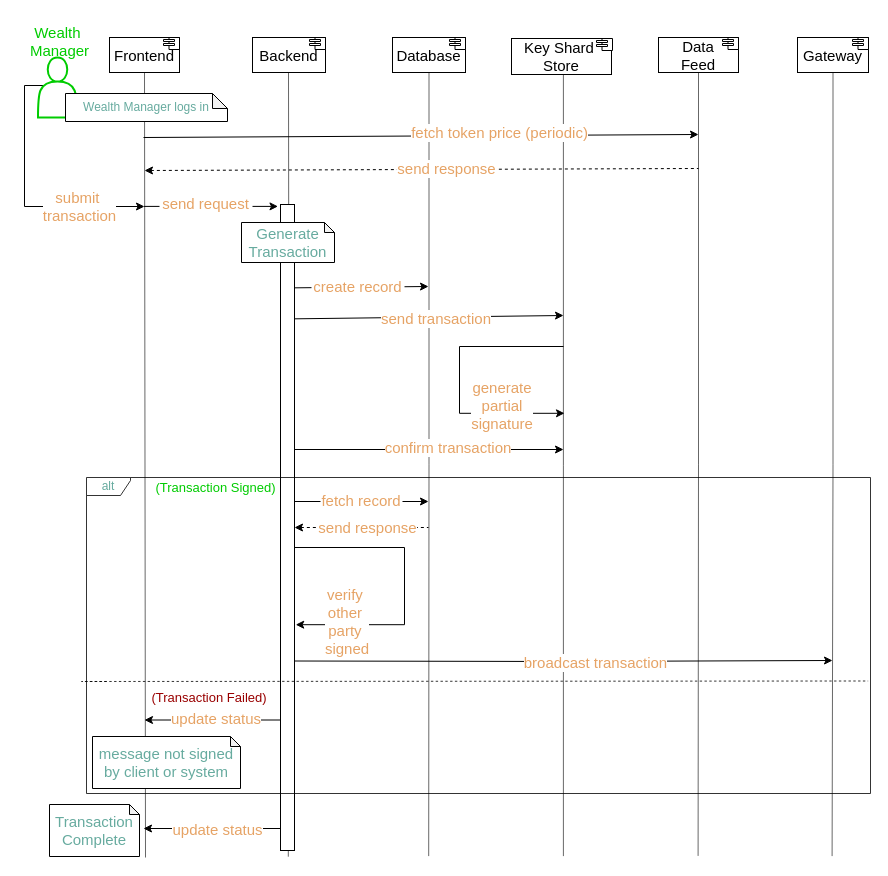
Before: page "txn" (1 of 13) of drawio-diagrams/wallet_architecture.drawio in dlt-science/crypto-mpc-wallet-bloom, a draw.io diagram. Source tidied: cells renumbered, new cells numbered last; positions are measured from the earlier drawing's top-left corner, leaving out a move shared by most shapes. Both pictures are drawn from the tidied source at 100%, with x=0, y=0 at pixel (20, 17).
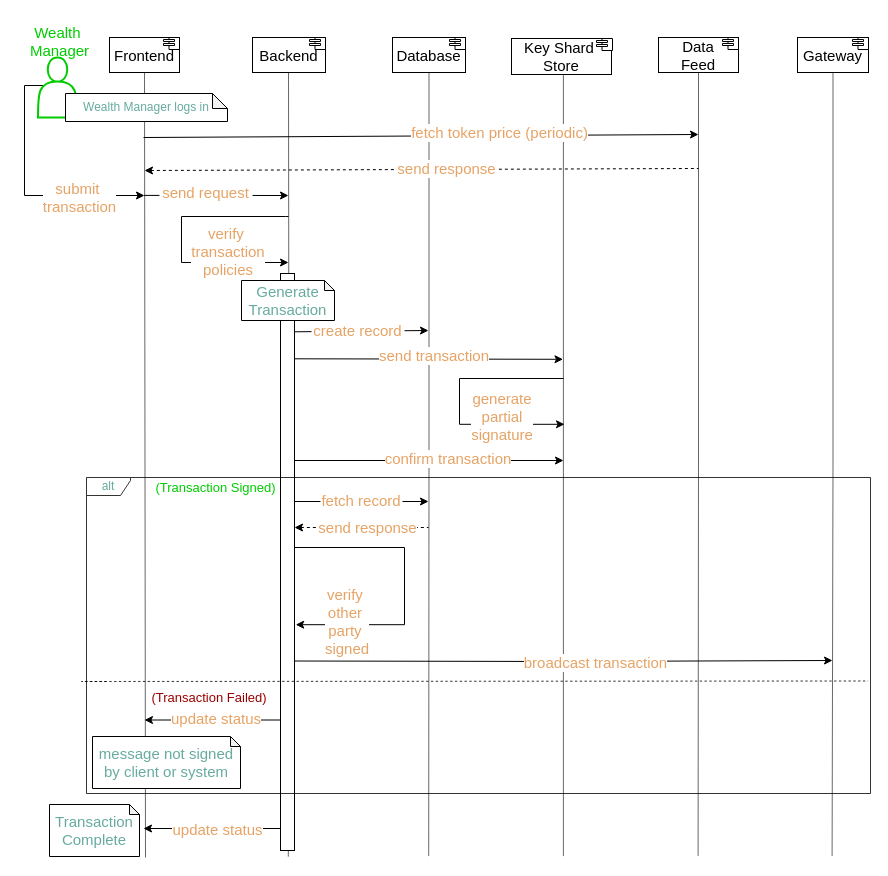
The same diagram, later.

What changed in the source:
```diff
@@
     <mxCell id="17" style="edgeStyle=orthogonalEdgeStyle;rounded=0;orthogonalLoop=1;jettySize=auto;html=1;strokeColor=#000000;" parent="1" edge="1">
       <mxGeometry relative="1" as="geometry">
         <mxPoint x="37" y="68" as="sourcePoint" />
-        <mxPoint x="124" y="189" as="targetPoint" />
+        <mxPoint x="124" y="178" as="targetPoint" />
         <Array as="points">
           <mxPoint x="4" y="68" />
-          <mxPoint x="4" y="189" />
+          <mxPoint x="4" y="178" />
+          <mxPoint x="124" y="178" />
         </Array>
       </mxGeometry>
     </mxCell>
@@
     <mxCell id="20" style="rounded=0;whiteSpace=wrap;html=1;" parent="1" vertex="1">
-      <mxGeometry x="260" y="187" width="14" height="646" as="geometry" />
+      <mxGeometry x="260" y="256" width="14" height="577" as="geometry" />
     </mxCell>
     <mxCell id="21" value="&lt;font color=&quot;#67ab9f&quot; style=&quot;font-size: 15px;&quot;&gt;Generate&lt;/font&gt;&lt;div style=&quot;font-size: 15px;&quot;&gt;&lt;font color=&quot;#67ab9f&quot; style=&quot;font-size: 15px;&quot;&gt;Transaction&lt;/font&gt;&lt;/div&gt;" style="shape=note;whiteSpace=wrap;html=1;backgroundOutline=1;darkOpacity=0.05;size=10;" parent="1" vertex="1">
-      <mxGeometry x="221" y="205" width="93" height="40" as="geometry" />
+      <mxGeometry x="221" y="263" width="93" height="40" as="geometry" />
     </mxCell>
     <mxCell id="22" value="&lt;font color=&quot;#e6a365&quot;&gt;&lt;font style=&quot;font-size: 15px;&quot;&gt;submit&amp;nbsp;&lt;/font&gt;&lt;/font&gt;&lt;div&gt;&lt;font color=&quot;#e6a365&quot;&gt;&lt;font style=&quot;font-size: 15px;&quot;&gt;transaction&lt;/font&gt;&lt;/font&gt;&lt;/div&gt;" style="text;html=1;align=center;verticalAlign=middle;strokeColor=none;fillColor=none;labelBackgroundColor=default;" parent="1" vertex="1">
-      <mxGeometry x="13" y="165" width="91" height="48" as="geometry" />
+      <mxGeometry x="13" y="156" width="91" height="48" as="geometry" />
     </mxCell>
-    <mxCell id="23" style="endArrow=classic;html=1;rounded=0;exitX=1.023;exitY=0.129;exitDx=0;exitDy=0;exitPerimeter=0;strokeColor=#000000;" parent="1" edge="1" source="20">
+    <mxCell id="23" style="endArrow=classic;html=1;rounded=0;exitX=1.023;exitY=0.129;exitDx=0;exitDy=0;exitPerimeter=0;strokeColor=#000000;" parent="1" edge="1">
       <mxGeometry relative="1" as="geometry">
-        <mxPoint x="408" y="269" as="targetPoint" />
+        <mxPoint x="274.3" y="314.3" as="sourcePoint" />
+        <mxPoint x="408" y="313" as="targetPoint" />
       </mxGeometry>
     </mxCell>
-    <mxCell id="24" style="endArrow=classic;html=1;rounded=0;exitX=0.977;exitY=0.177;exitDx=0;exitDy=0;exitPerimeter=0;strokeColor=#000000;" parent="1" edge="1" source="20">
+    <mxCell id="24" style="endArrow=classic;html=1;rounded=0;exitX=0.977;exitY=0.177;exitDx=0;exitDy=0;exitPerimeter=0;strokeColor=#000000;entryX=0.998;entryY=-0.003;entryDx=0;entryDy=0;entryPerimeter=0;" parent="1" edge="1">
       <mxGeometry relative="1" as="geometry">
-        <mxPoint x="543" y="298" as="targetPoint" />
+        <mxPoint x="273.7" y="341.3" as="sourcePoint" />
+        <mxPoint x="542.5" y="341.8" as="targetPoint" />
       </mxGeometry>
     </mxCell>
     <mxCell id="25" value="&lt;font color=&quot;#e6a365&quot; style=&quot;font-size: 15px;&quot;&gt;send transaction&lt;/font&gt;" style="text;html=1;align=center;verticalAlign=middle;whiteSpace=wrap;rounded=0;labelBackgroundColor=default;" parent="1" vertex="1">
-      <mxGeometry x="356" y="286" width="120" height="30" as="geometry" />
+      <mxGeometry x="354" y="323" width="120" height="30" as="geometry" />
     </mxCell>
     <mxCell id="26" style="edgeStyle=orthogonalEdgeStyle;rounded=0;orthogonalLoop=1;jettySize=auto;html=1;entryX=0.008;entryY=0.857;entryDx=0;entryDy=0;entryPerimeter=0;strokeColor=#000000;" parent="1" edge="1">
       <mxGeometry relative="1" as="geometry">
-        <mxPoint x="543" y="329" as="sourcePoint" />
-        <mxPoint x="544" y="395.8" as="targetPoint" />
+        <mxPoint x="543" y="361" as="sourcePoint" />
+        <mxPoint x="544" y="406.8" as="targetPoint" />
         <Array as="points">
-          <mxPoint x="439" y="329" />
-          <mxPoint x="439" y="396" />
+          <mxPoint x="543" y="361" />
+          <mxPoint x="439" y="361" />
+          <mxPoint x="439" y="407" />
         </Array>
       </mxGeometry>
     </mxCell>
     <mxCell id="27" value="&lt;font color=&quot;#e6a365&quot; style=&quot;font-size: 15px;&quot;&gt;generate&lt;/font&gt;&lt;div style=&quot;font-size: 15px;&quot;&gt;&lt;font color=&quot;#e6a365&quot; style=&quot;font-size: 15px;&quot;&gt;partial&lt;/font&gt;&lt;/div&gt;&lt;div style=&quot;font-size: 15px;&quot;&gt;&lt;font color=&quot;#e6a365&quot; style=&quot;font-size: 15px;&quot;&gt;signature&lt;/font&gt;&lt;/div&gt;" style="text;html=1;align=center;verticalAlign=middle;whiteSpace=wrap;rounded=0;labelBackgroundColor=default;" parent="1" vertex="1">
-      <mxGeometry x="429" y="373" width="106" height="30" as="geometry" />
+      <mxGeometry x="429" y="384" width="106" height="30" as="geometry" />
     </mxCell>
@@
     <mxCell id="43" style="edgeStyle=orthogonalEdgeStyle;rounded=0;orthogonalLoop=1;jettySize=auto;html=1;strokeColor=#000000;" parent="1" edge="1">
       <mxGeometry relative="1" as="geometry">
-        <mxPoint x="275" y="432" as="sourcePoint" />
-        <mxPoint x="543" y="432" as="targetPoint" />
+        <mxPoint x="275" y="443" as="sourcePoint" />
+        <mxPoint x="543" y="443" as="targetPoint" />
         <Array as="points">
-          <mxPoint x="274" y="432" />
+          <mxPoint x="274" y="443" />
         </Array>
       </mxGeometry>
     </mxCell>
     <mxCell id="44" value="&lt;font color=&quot;#e6a365&quot; style=&quot;font-size: 15px;&quot;&gt;confirm transaction&lt;/font&gt;" style="text;html=1;align=center;verticalAlign=middle;whiteSpace=wrap;rounded=0;labelBackgroundColor=default;" parent="1" vertex="1">
-      <mxGeometry x="354" y="415" width="148" height="30" as="geometry" />
+      <mxGeometry x="354" y="426" width="148" height="30" as="geometry" />
     </mxCell>
@@
     <mxCell id="54" value="&lt;span style=&quot;color: rgb(230, 163, 101); font-size: 15px;&quot;&gt;create record&lt;/span&gt;" style="rounded=0;whiteSpace=wrap;html=1;strokeColor=none;" parent="1" vertex="1">
-      <mxGeometry x="291" y="263" width="93" height="11" as="geometry" />
+      <mxGeometry x="291" y="307" width="93" height="11" as="geometry" />
     </mxCell>
@@
     <mxCell id="57" style="endArrow=classic;html=1;rounded=0;exitX=1.023;exitY=0.129;exitDx=0;exitDy=0;exitPerimeter=0;strokeColor=#000000;" parent="1" edge="1">
       <mxGeometry relative="1" as="geometry">
-        <mxPoint x="123.5" y="188.9" as="sourcePoint" />
-        <mxPoint x="257.5" y="188.9" as="targetPoint" />
+        <mxPoint x="123.5" y="177.9" as="sourcePoint" />
+        <mxPoint x="268" y="178" as="targetPoint" />
       </mxGeometry>
     </mxCell>
     <mxCell id="58" value="&lt;span style=&quot;color: rgb(230, 163, 101); font-size: 15px;&quot;&gt;send request&lt;/span&gt;" style="rounded=0;whiteSpace=wrap;html=1;strokeColor=none;" parent="1" vertex="1">
-      <mxGeometry x="139" y="175" width="93" height="22" as="geometry" />
+      <mxGeometry x="139" y="164" width="93" height="22" as="geometry" />
     </mxCell>
+    <mxCell id="59" style="edgeStyle=orthogonalEdgeStyle;rounded=0;orthogonalLoop=1;jettySize=auto;html=1;strokeColor=#000000;" parent="1" edge="1">
+      <mxGeometry relative="1" as="geometry">
+        <mxPoint x="268" y="199" as="sourcePoint" />
+        <mxPoint x="268" y="245" as="targetPoint" />
+        <Array as="points">
+          <mxPoint x="265" y="199" />
+          <mxPoint x="161" y="199" />
+          <mxPoint x="161" y="245" />
+        </Array>
+      </mxGeometry>
+    </mxCell>
+    <mxCell id="60" value="&lt;font color=&quot;#e6a365&quot;&gt;&lt;span style=&quot;font-size: 15px;&quot;&gt;verify&amp;nbsp;&lt;/span&gt;&lt;/font&gt;&lt;div&gt;&lt;font color=&quot;#e6a365&quot;&gt;&lt;span style=&quot;font-size: 15px;&quot;&gt;transaction&lt;/span&gt;&lt;/font&gt;&lt;/div&gt;&lt;div&gt;&lt;font color=&quot;#e6a365&quot;&gt;&lt;span style=&quot;font-size: 15px;&quot;&gt;policies&lt;/span&gt;&lt;/font&gt;&lt;/div&gt;" style="text;html=1;align=center;verticalAlign=middle;whiteSpace=wrap;rounded=0;labelBackgroundColor=default;" parent="1" vertex="1">
+      <mxGeometry x="155" y="219" width="106" height="30" as="geometry" />
+    </mxCell>
```
